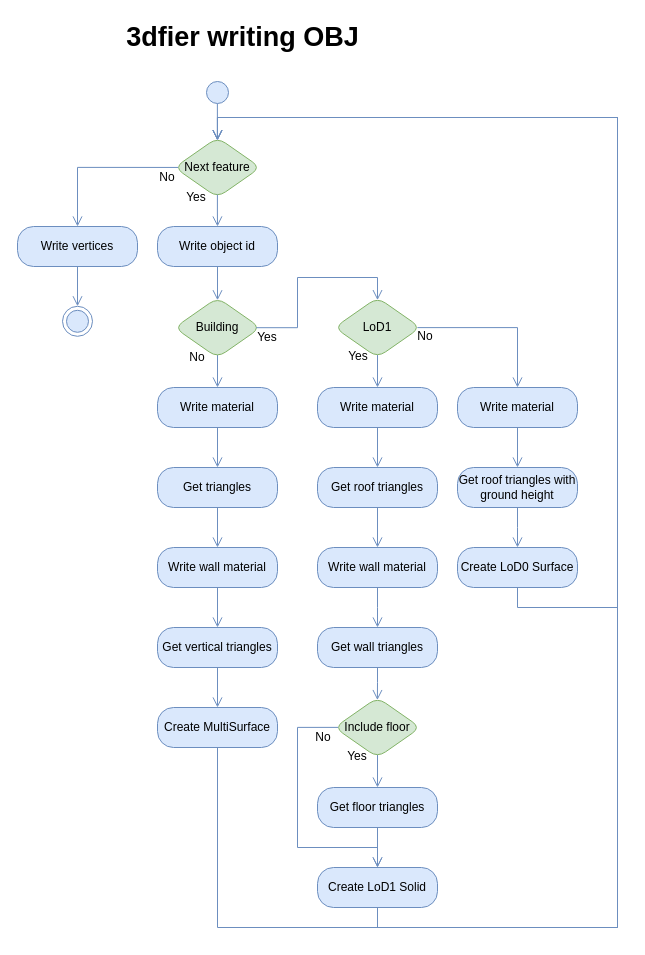
Above: resources/flowdiagrams/3dfier_writing_model_obj.drawio in tudelft3d/3dfier (draw.io), before the change. Source tidied: cells renumbered, new cells numbered last; positions are measured from the earlier drawing's top-left corner, leaving out a move shared by most shapes. Both pictures are drawn from the tidied source at 100%, with x=0, y=0 at pixel (17, 17).
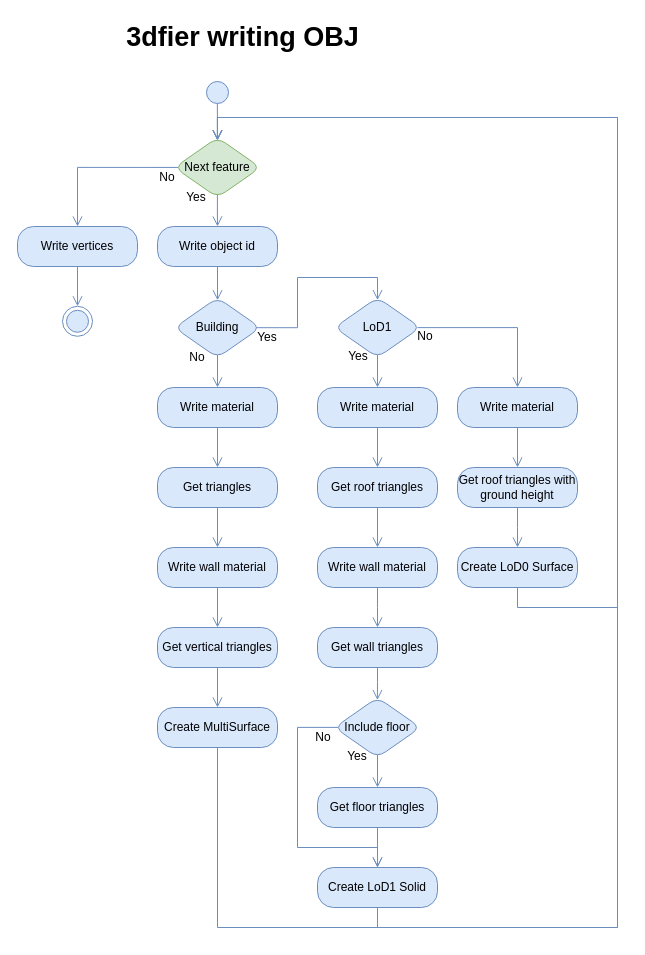
The same page after the edit.

What changed in the source:
```diff
@@
-    <mxCell id="13" value="Building" style="rhombus;whiteSpace=wrap;html=1;fillColor=#d5e8d4;strokeColor=#82b366;rounded=1;shadow=0;strokeWidth=1;perimeterSpacing=0;" parent="1" vertex="1">
+    <mxCell id="13" value="Building" style="rhombus;whiteSpace=wrap;html=1;fillColor=#dae8fc;strokeColor=#6c8ebf;rounded=1;shadow=0;strokeWidth=1;perimeterSpacing=0;" parent="1" vertex="1">
       <mxGeometry x="157" y="280.2" width="86" height="60" as="geometry" />
     </mxCell>
@@
-    <mxCell id="17" value="Include floor" style="rhombus;whiteSpace=wrap;html=1;fillColor=#d5e8d4;strokeColor=#82b366;rounded=1;shadow=0;strokeWidth=1;perimeterSpacing=0;" parent="1" vertex="1">
+    <mxCell id="17" value="Include floor" style="rhombus;whiteSpace=wrap;html=1;fillColor=#dae8fc;strokeColor=#6c8ebf;rounded=1;shadow=0;strokeWidth=1;perimeterSpacing=0;" parent="1" vertex="1">
       <mxGeometry x="317" y="680" width="86" height="60" as="geometry" />
     </mxCell>
@@
-    <mxCell id="45" value="LoD1" style="rhombus;whiteSpace=wrap;html=1;fillColor=#d5e8d4;strokeColor=#82b366;rounded=1;shadow=0;strokeWidth=1;perimeterSpacing=0;" parent="1" vertex="1">
+    <mxCell id="45" value="LoD1" style="rhombus;whiteSpace=wrap;html=1;fillColor=#dae8fc;strokeColor=#6c8ebf;rounded=1;shadow=0;strokeWidth=1;perimeterSpacing=0;" parent="1" vertex="1">
       <mxGeometry x="317" y="280" width="86" height="60" as="geometry" />
     </mxCell>
```
